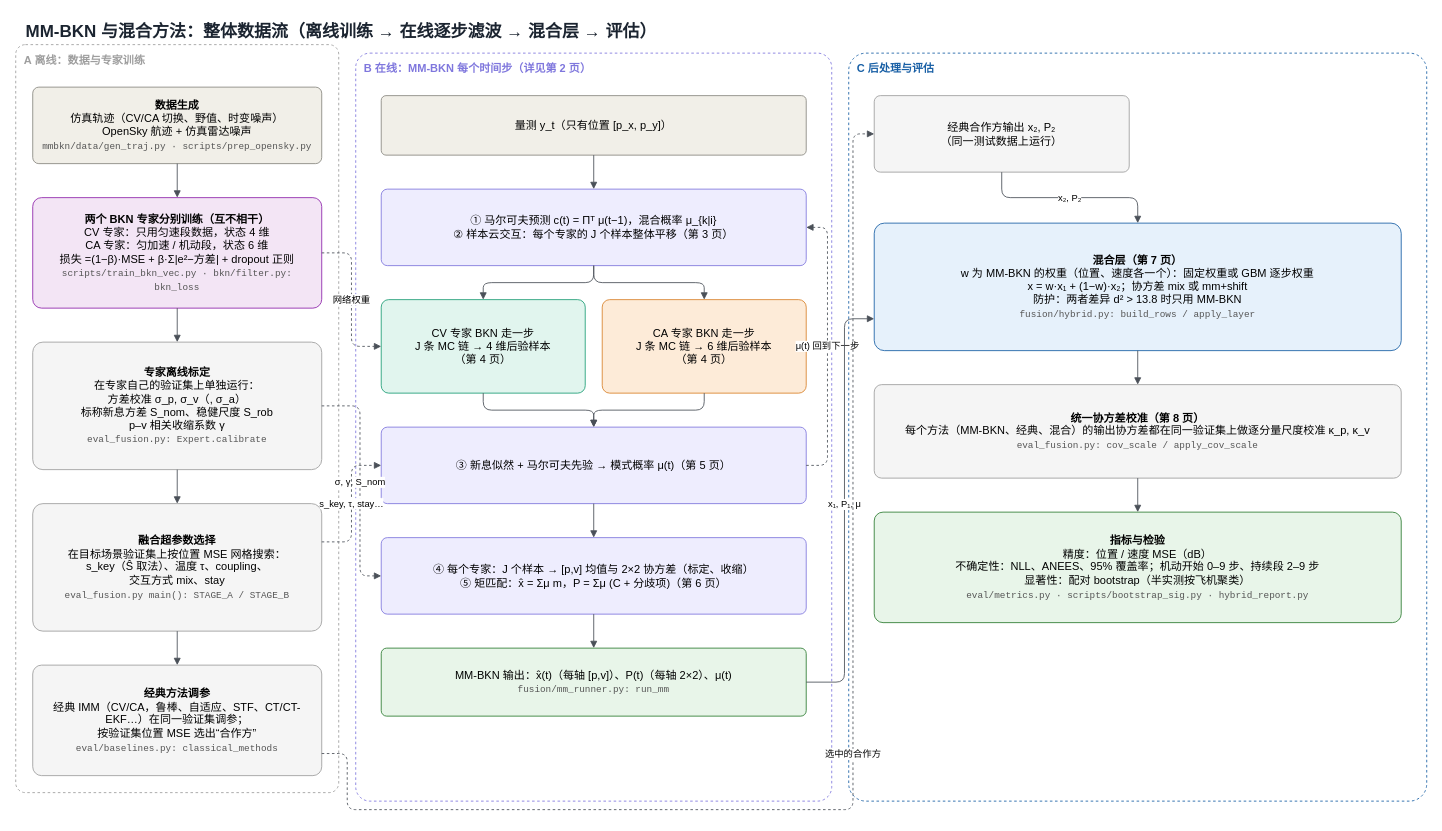
The draw.io diagram page "1 总览：从数据到结论" (1 of 8) of data/未命名绘图.drawio in 7flyx/My-LCAFNet, before the edit. Source tidied: cells renumbered, new cells numbered last; positions are measured from the earlier drawing's top-left corner, leaving out a move shared by most shapes. Both pictures are drawn from the tidied source at 85%, with x=0, y=0 at pixel (15, 14).
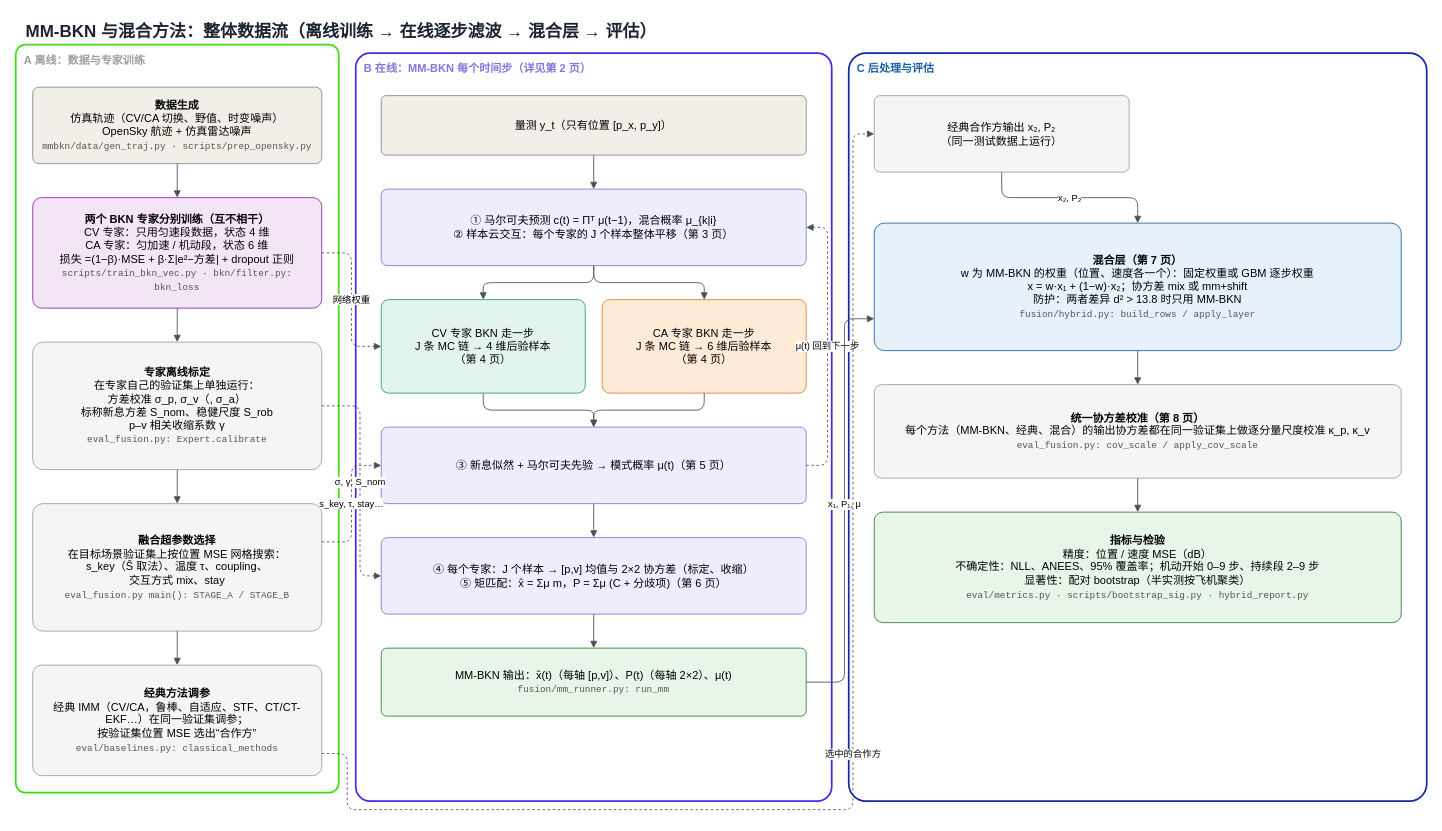
The same page after the edit.

Commit message:
更新未命名绘图.drawio

Diff of the diagram source:
```diff
@@
-    <mxCell id="2" value="C 后处理与评估" style="rounded=1;whiteSpace=wrap;html=1;fillColor=none;strokeColor=#185FA5;dashed=1;fontSize=13;verticalAlign=top;align=left;spacingLeft=8;spacingTop=4;fontStyle=1;fontColor=#185FA5;arcSize=3;" parent="1" vertex="1">
+    <mxCell id="2" value="C 后处理与评估" style="rounded=1;whiteSpace=wrap;html=1;fillColor=none;strokeColor=#1327A5;fontSize=13;verticalAlign=top;align=left;spacingLeft=8;spacingTop=4;fontStyle=1;fontColor=#185FA5;arcSize=3;strokeWidth=2;" parent="1" vertex="1">
       <mxGeometry x="980" y="45" width="680" height="880" as="geometry" />
     </mxCell>
-    <mxCell id="3" value="B 在线：MM-BKN 每个时间步（详见第 2 页）" style="rounded=1;whiteSpace=wrap;html=1;fillColor=none;strokeColor=#7F77DD;dashed=1;fontSize=13;verticalAlign=top;align=left;spacingLeft=8;spacingTop=4;fontStyle=1;fontColor=#7F77DD;arcSize=3;" parent="1" vertex="1">
+    <mxCell id="3" value="B 在线：MM-BKN 每个时间步（详见第 2 页）" style="rounded=1;whiteSpace=wrap;html=1;fillColor=none;strokeColor=light-dark(#3c2de1, #7e77cf);fontSize=13;verticalAlign=top;align=left;spacingLeft=8;spacingTop=4;fontStyle=1;fontColor=#7F77DD;arcSize=3;strokeWidth=2;" parent="1" vertex="1">
       <mxGeometry x="400" y="45" width="560" height="880" as="geometry" />
     </mxCell>
-    <mxCell id="4" value="A 离线：数据与专家训练" style="rounded=1;whiteSpace=wrap;html=1;fillColor=none;strokeColor=#9E9E9E;dashed=1;fontSize=13;verticalAlign=top;align=left;spacingLeft=8;spacingTop=4;fontStyle=1;fontColor=#9E9E9E;arcSize=3;" parent="1" vertex="1">
+    <mxCell id="4" value="A 离线：数据与专家训练" style="rounded=1;whiteSpace=wrap;html=1;fillColor=none;strokeColor=light-dark(#3ade0d, #656565);fontSize=13;verticalAlign=top;align=left;spacingLeft=8;spacingTop=4;fontStyle=1;fontColor=#9E9E9E;arcSize=3;strokeWidth=2;" parent="1" vertex="1">
       <mxGeometry y="35" width="380" height="880" as="geometry" />
     </mxCell>
```
